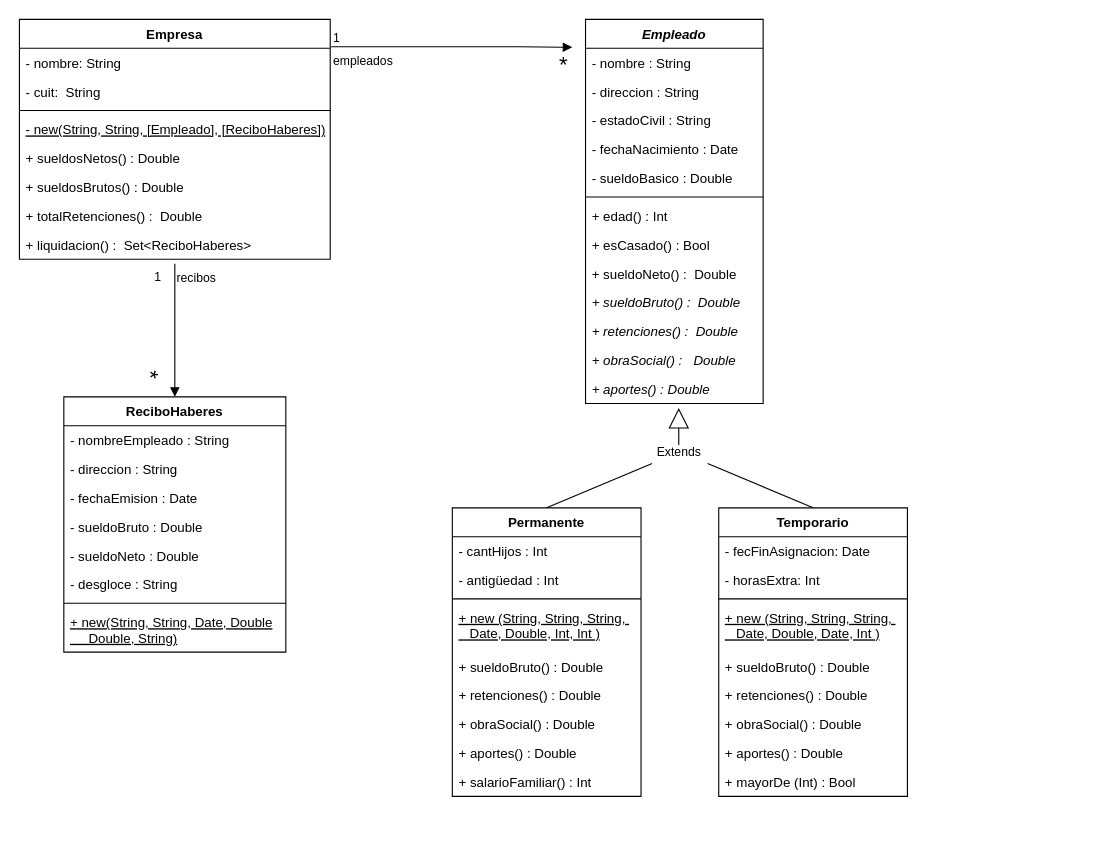
Before: empresa-uml.drawio in Juan-Insa/poo2, a draw.io diagram. Source tidied: cells renumbered, new cells numbered last; positions are measured from the earlier drawing's top-left corner, leaving out a move shared by most shapes. Both pictures are drawn from the tidied source at 111%, with x=0, y=0 at pixel (19, 19).
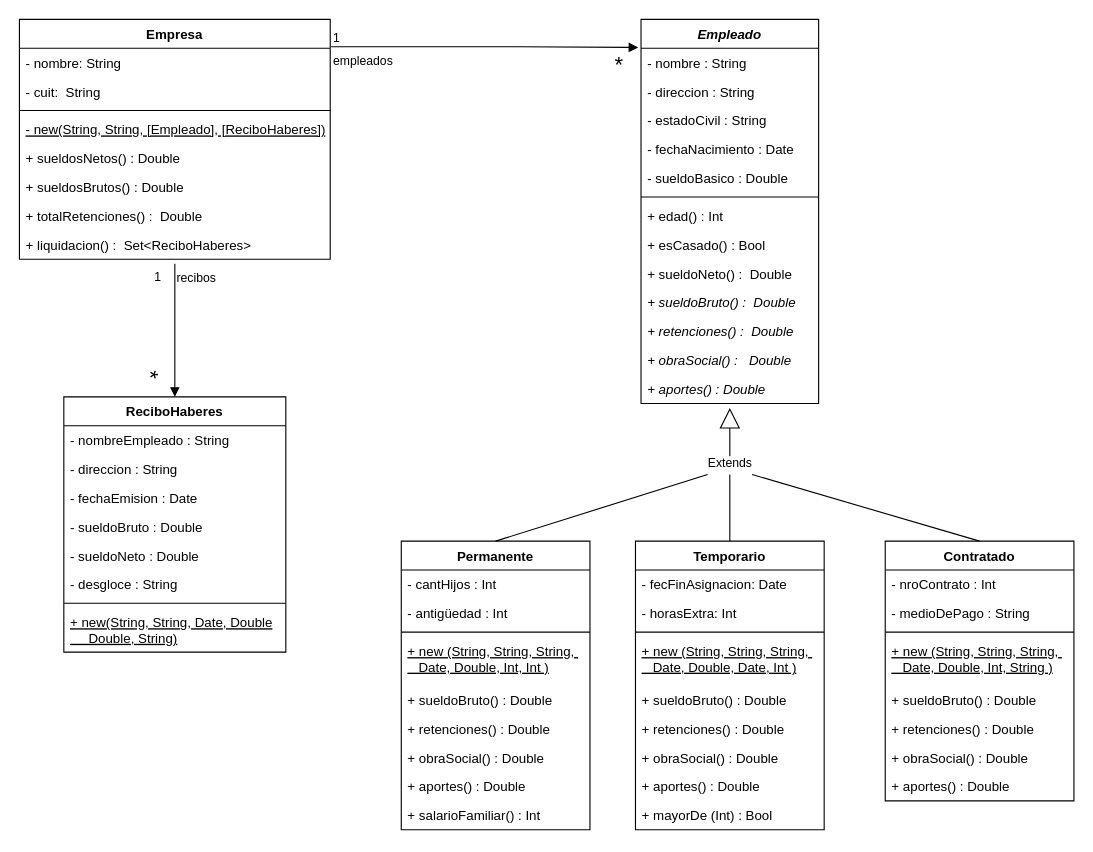
The same page after the edit.

Commit message:
extensión con empleado contratado

Unchanged cells that the change refers to:
```xml
<mxCell id="2" value="Empresa" style="swimlane;fontStyle=1;align=center;verticalAlign=top;horizontal=1;startSize=26;" parent="1" vertex="1">
  <mxGeometry width="280" height="216" as="geometry" />
</mxCell>
```

What changed in the source:
```diff
@@
-    <mxCell id="11" value="empleados" style="endArrow=block;endFill=1;html=1;edgeStyle=orthogonalEdgeStyle;align=left;verticalAlign=top;rounded=0;exitX=1.003;exitY=0.114;exitDx=0;exitDy=0;exitPerimeter=0;entryX=0.903;entryY=-0.244;entryDx=0;entryDy=0;entryPerimeter=0;" parent="1" edge="1" source="2" target="61">
+    <mxCell id="11" value="empleados" style="endArrow=block;endFill=1;html=1;edgeStyle=orthogonalEdgeStyle;align=left;verticalAlign=top;rounded=0;exitX=1.003;exitY=0.114;exitDx=0;exitDy=0;exitPerimeter=0;entryX=-0.016;entryY=0.073;entryDx=0;entryDy=0;entryPerimeter=0;" parent="1" edge="1" source="2" target="13">
       <mxGeometry x="-1" relative="1" as="geometry">
         <Array as="points">
-          <mxPoint x="450" y="25" />
           <mxPoint x="450" y="25" />
         </Array>
       </mxGeometry>
     </mxCell>
@@
     <mxCell id="13" value="Empleado" style="swimlane;fontStyle=3;align=center;verticalAlign=top;horizontal=1;startSize=26;" parent="1" vertex="1">
-      <mxGeometry x="510" width="160" height="346" as="geometry" />
+      <mxGeometry x="560" width="160" height="346" as="geometry" />
     </mxCell>
@@
     <mxCell id="27" value="Extends" style="endArrow=block;endSize=16;endFill=0;html=1;rounded=0;" parent="1" edge="1">
       <mxGeometry x="-1" relative="1" as="geometry">
-        <mxPoint x="594" y="390" as="sourcePoint" />
-        <mxPoint x="594" y="350" as="targetPoint" />
+        <mxPoint x="640" y="400" as="sourcePoint" />
+        <mxPoint x="640" y="350" as="targetPoint" />
       </mxGeometry>
     </mxCell>
     <mxCell id="28" value="Permanente" style="swimlane;fontStyle=1;align=center;verticalAlign=top;horizontal=1;startSize=26;" parent="1" vertex="1">
-      <mxGeometry x="390" y="440" width="170" height="260" as="geometry" />
+      <mxGeometry x="344" y="470" width="170" height="260" as="geometry" />
     </mxCell>
@@
     <mxCell id="38" value="Temporario" style="swimlane;fontStyle=1;align=center;verticalAlign=top;horizontal=1;startSize=26;" parent="1" vertex="1">
-      <mxGeometry x="630" y="440" width="170" height="260" as="geometry" />
+      <mxGeometry x="555" y="470" width="170" height="260" as="geometry" />
     </mxCell>
@@
     <mxCell id="48" style="endArrow=none;html=1;rounded=0;exitX=0.5;exitY=0;exitDx=0;exitDy=0;" parent="1" edge="1" source="28">
       <mxGeometry relative="1" as="geometry">
-        <mxPoint x="570" y="400" as="targetPoint" />
+        <mxPoint x="620" y="410" as="targetPoint" />
       </mxGeometry>
     </mxCell>
     <mxCell id="49" style="endArrow=none;html=1;rounded=0;exitX=0.5;exitY=0;exitDx=0;exitDy=0;" parent="1" edge="1" source="38">
       <mxGeometry relative="1" as="geometry">
-        <mxPoint x="620" y="400" as="targetPoint" />
+        <mxPoint x="640" y="410" as="targetPoint" />
       </mxGeometry>
     </mxCell>
@@
     <mxCell id="61" value="&lt;font style=&quot;font-size: 20px&quot;&gt;*&lt;/font&gt;" style="text;html=1;align=center;verticalAlign=middle;points=[];strokeColor=none;fillColor=none;" parent="1" vertex="1">
-      <mxGeometry x="480" y="30" width="20" height="20" as="geometry" />
+      <mxGeometry x="530" y="30" width="20" height="20" as="geometry" />
     </mxCell>
@@
+    <mxCell id="63" value="Contratado" style="swimlane;fontStyle=1;align=center;verticalAlign=top;horizontal=1;startSize=26;" parent="1" vertex="1">
+      <mxGeometry x="780" y="470" width="170" height="234" as="geometry" />
+    </mxCell>
+    <mxCell id="64" value="- nroContrato : Int" style="text;strokeColor=none;fillColor=none;align=left;verticalAlign=top;spacingLeft=4;spacingRight=4;overflow=hidden;" parent="63" vertex="1">
+      <mxGeometry y="26" width="170" height="26" as="geometry" />
+    </mxCell>
+    <mxCell id="65" value="- medioDePago : String" style="text;strokeColor=none;fillColor=none;align=left;verticalAlign=top;spacingLeft=4;spacingRight=4;overflow=hidden;" parent="63" vertex="1">
+      <mxGeometry y="52" width="170" height="26" as="geometry" />
+    </mxCell>
+    <mxCell id="66" style="line;strokeWidth=1;fillColor=none;align=left;verticalAlign=middle;spacingTop=-1;spacingLeft=3;spacingRight=3;labelPosition=right;" parent="63" vertex="1">
+      <mxGeometry y="78" width="170" height="8" as="geometry" />
+    </mxCell>
+    <mxCell id="67" value="+ new (String, String, String, &#10;   Date, Double, Int, String )" style="text;strokeColor=none;fillColor=none;align=left;verticalAlign=top;spacingLeft=4;spacingRight=4;overflow=hidden;fontStyle=4;" parent="63" vertex="1">
+      <mxGeometry y="86" width="170" height="44" as="geometry" />
+    </mxCell>
+    <mxCell id="68" value="+ sueldoBruto() : Double" style="text;strokeColor=none;fillColor=none;align=left;verticalAlign=top;spacingLeft=4;spacingRight=4;overflow=hidden;" parent="63" vertex="1">
+      <mxGeometry y="130" width="170" height="26" as="geometry" />
+    </mxCell>
+    <mxCell id="69" value="+ retenciones() : Double" style="text;strokeColor=none;fillColor=none;align=left;verticalAlign=top;spacingLeft=4;spacingRight=4;overflow=hidden;" parent="63" vertex="1">
+      <mxGeometry y="156" width="170" height="26" as="geometry" />
+    </mxCell>
+    <mxCell id="70" value="+ obraSocial() : Double" style="text;strokeColor=none;fillColor=none;align=left;verticalAlign=top;spacingLeft=4;spacingRight=4;overflow=hidden;" parent="63" vertex="1">
+      <mxGeometry y="182" width="170" height="26" as="geometry" />
+    </mxCell>
+    <mxCell id="71" value="+ aportes() : Double" style="text;strokeColor=none;fillColor=none;align=left;verticalAlign=top;spacingLeft=4;spacingRight=4;overflow=hidden;" parent="63" vertex="1">
+      <mxGeometry y="208" width="170" height="26" as="geometry" />
+    </mxCell>
+    <mxCell id="72" style="endArrow=none;html=1;rounded=0;exitX=0.5;exitY=0;exitDx=0;exitDy=0;" parent="1" edge="1" source="63">
+      <mxGeometry relative="1" as="geometry">
+        <mxPoint x="660" y="410" as="targetPoint" />
+      </mxGeometry>
+    </mxCell>
```
